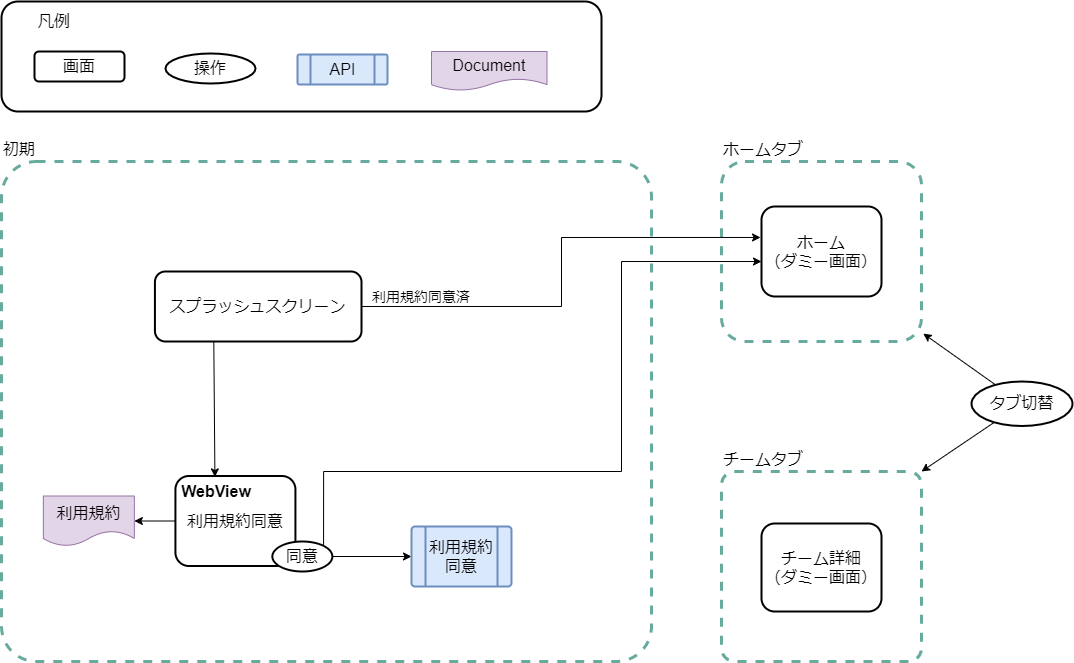
Earlier version of the draw.io export website/docs/react-native/santoku/design/screen-transitions/screen-transitions.drawio.png (ws-4020/mobile-app-crib-notes). Source tidied: cells renumbered, new cells last; positions are measured from the earlier drawing's top-left corner, leaving out a move shared by most shapes.
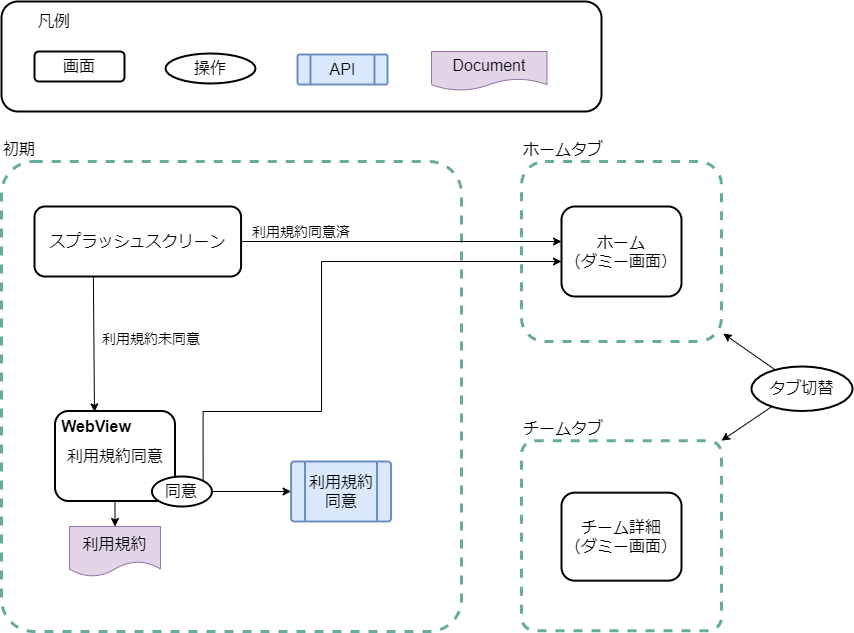
After the commit.

Commit message:
画面遷移図、遷移条件明記と文言修正

The edit, as a diff of the source:
```diff
@@ -2,26 +2,30 @@
   <root>
     <mxCell id="0" />
     <mxCell id="1" parent="0" />
-    <mxCell id="2" style="rounded=0;jettySize=auto;html=1;startArrow=none;startFill=1;fontSize=16;entryX=1;entryY=0;entryDx=0;entryDy=0;" parent="1" edge="1" source="24" target="12">
-      <mxGeometry relative="1" as="geometry" />
+    <mxCell id="2" style="rounded=0;jettySize=auto;html=1;startArrow=none;startFill=1;fontSize=16;entryX=1;entryY=0;entryDx=0;entryDy=0;" parent="1" edge="1" target="12">
+      <mxGeometry relative="1" as="geometry">
+        <mxPoint x="792.8" y="390" as="sourcePoint" />
+      </mxGeometry>
     </mxCell>
     <mxCell id="3" value="ホームタブ" style="rounded=1;whiteSpace=wrap;html=1;labelPosition=center;verticalLabelPosition=top;align=left;verticalAlign=bottom;dashed=1;strokeWidth=3;strokeColor=#67AB9F;fillColor=none;arcSize=13;fontSize=16;" parent="1" vertex="1">
-      <mxGeometry x="720" y="160" width="200" height="180" as="geometry" />
+      <mxGeometry x="520" y="160" width="200" height="180" as="geometry" />
     </mxCell>
     <mxCell id="4" style="rounded=1;whiteSpace=wrap;html=1;strokeColor=#000000;strokeWidth=2;align=right;labelPosition=left;verticalLabelPosition=top;verticalAlign=bottom;fontSize=16;" parent="1" vertex="1">
       <mxGeometry width="600" height="110" as="geometry" />
     </mxCell>
     <mxCell id="5" value="初期&lt;br style=&quot;font-size: 16px;&quot;&gt;" style="rounded=1;whiteSpace=wrap;html=1;labelPosition=center;verticalLabelPosition=top;align=left;verticalAlign=bottom;dashed=1;strokeWidth=3;strokeColor=#67AB9F;fillColor=none;arcSize=7;fontSize=16;" parent="1" vertex="1">
-      <mxGeometry y="160" width="650" height="500" as="geometry" />
+      <mxGeometry y="160" width="460" height="470" as="geometry" />
     </mxCell>
     <mxCell id="6" style="edgeStyle=none;rounded=0;jettySize=auto;html=1;exitX=0.285;exitY=0.992;exitDx=0;exitDy=0;fontSize=16;entryX=0.329;entryY=0.01;entryDx=0;entryDy=0;entryPerimeter=0;exitPerimeter=0;" parent="1" edge="1" source="8" target="11">
       <mxGeometry relative="1" as="geometry" />
     </mxCell>
-    <mxCell id="7" style="edgeStyle=orthogonalEdgeStyle;rounded=0;jettySize=auto;html=1;exitX=1;exitY=0.5;exitDx=0;exitDy=0;entryX=-0.008;entryY=0.344;entryDx=0;entryDy=0;entryPerimeter=0;" parent="1" edge="1" source="8" target="13">
-      <mxGeometry relative="1" as="geometry" />
+    <mxCell id="7" style="edgeStyle=orthogonalEdgeStyle;rounded=0;jettySize=auto;html=1;exitX=1;exitY=0.5;exitDx=0;exitDy=0;" parent="1" edge="1" source="8">
+      <mxGeometry relative="1" as="geometry">
+        <mxPoint x="560" y="240" as="targetPoint" />
+      </mxGeometry>
     </mxCell>
     <mxCell id="8" value="スプラッシュスクリーン" style="rounded=1;whiteSpace=wrap;html=1;strokeWidth=2;fontSize=16;" parent="1" vertex="1">
-      <mxGeometry x="153.4" y="270" width="206.6" height="70" as="geometry" />
+      <mxGeometry x="33" y="205" width="206.6" height="70" as="geometry" />
     </mxCell>
     <mxCell id="9" style="edgeStyle=none;rounded=0;jettySize=auto;html=1;entryX=0;entryY=0.5;entryDx=0;entryDy=0;fontSize=16;" parent="1" edge="1" source="19" target="22">
       <mxGeometry relative="1" as="geometry" />
@@ -30,16 +34,16 @@
       <mxGeometry relative="1" as="geometry" />
     </mxCell>
     <mxCell id="11" value="利用規約同意" style="rounded=1;whiteSpace=wrap;html=1;strokeWidth=2;fontSize=16;" parent="1" vertex="1">
-      <mxGeometry x="173.9" y="474.5" width="120" height="90" as="geometry" />
+      <mxGeometry x="53.5" y="409.5" width="120" height="90" as="geometry" />
     </mxCell>
     <mxCell id="12" value="チームタブ" style="rounded=1;whiteSpace=wrap;html=1;labelPosition=center;verticalLabelPosition=top;align=left;verticalAlign=bottom;dashed=1;strokeWidth=3;strokeColor=#67AB9F;fillColor=none;arcSize=7;fontSize=16;" parent="1" vertex="1">
-      <mxGeometry x="720" y="470" width="200" height="190" as="geometry" />
+      <mxGeometry x="520" y="439.2" width="200" height="190" as="geometry" />
     </mxCell>
     <mxCell id="13" value="ホーム&lt;br style=&quot;font-size: 16px;&quot;&gt;（ダミー画面）" style="rounded=1;whiteSpace=wrap;html=1;strokeWidth=2;fontSize=16;" parent="1" vertex="1">
-      <mxGeometry x="760" y="205" width="120" height="90" as="geometry" />
+      <mxGeometry x="560" y="205" width="120" height="90" as="geometry" />
     </mxCell>
     <mxCell id="14" value="チーム詳細&lt;br style=&quot;font-size: 16px;&quot;&gt;（ダミー画面）" style="rounded=1;whiteSpace=wrap;html=1;strokeWidth=2;fontSize=16;" parent="1" vertex="1">
-      <mxGeometry x="760" y="522" width="120" height="88" as="geometry" />
+      <mxGeometry x="560" y="491.2" width="120" height="88" as="geometry" />
     </mxCell>
     <mxCell id="15" value="画面" style="rounded=1;whiteSpace=wrap;html=1;strokeWidth=2;fontSize=16;" parent="1" vertex="1">
       <mxGeometry x="33" y="50" width="90" height="30" as="geometry" />
@@ -50,34 +54,32 @@
     <mxCell id="17" value="凡例" style="text;html=1;strokeColor=none;fillColor=none;align=center;verticalAlign=middle;whiteSpace=wrap;rounded=0;fontSize=16;" parent="1" vertex="1">
       <mxGeometry x="23" y="10" width="60" height="20" as="geometry" />
     </mxCell>
-    <mxCell id="18" style="edgeStyle=orthogonalEdgeStyle;rounded=0;jettySize=auto;html=1;exitX=1;exitY=0;exitDx=0;exitDy=0;fontSize=16;" parent="1" edge="1" source="19">
+    <mxCell id="18" style="edgeStyle=orthogonalEdgeStyle;rounded=0;jettySize=auto;html=1;exitX=1;exitY=0;exitDx=0;exitDy=0;fontSize=16;" parent="1" edge="1" source="19" target="13">
       <mxGeometry relative="1" as="geometry">
-        <mxPoint x="760" y="260" as="targetPoint" />
         <Array as="points">
-          <mxPoint x="322" y="470" />
-          <mxPoint x="620" y="470" />
-          <mxPoint x="620" y="260" />
-          <mxPoint x="760" y="260" />
+          <mxPoint x="202" y="410" />
+          <mxPoint x="320" y="410" />
+          <mxPoint x="320" y="260" />
         </Array>
       </mxGeometry>
     </mxCell>
     <mxCell id="19" value="同意" style="ellipse;whiteSpace=wrap;html=1;labelBackgroundColor=#ffffff;fontSize=16;strokeColor=#000000;strokeWidth=2;fillColor=#ffffff;align=center;" parent="1" vertex="1">
-      <mxGeometry x="270.9" y="540" width="60" height="30" as="geometry" />
+      <mxGeometry x="150.4" y="475" width="60" height="30" as="geometry" />
     </mxCell>
     <mxCell id="20" value="WebView" style="text;html=1;align=center;verticalAlign=middle;whiteSpace=wrap;rounded=0;labelBackgroundColor=none;fontSize=16;fontStyle=1;" parent="1" vertex="1">
-      <mxGeometry x="195.4" y="480" width="40" height="20" as="geometry" />
+      <mxGeometry x="75" y="415" width="40" height="20" as="geometry" />
     </mxCell>
     <mxCell id="21" value="操作" style="ellipse;whiteSpace=wrap;html=1;labelBackgroundColor=#ffffff;fontSize=16;strokeColor=#000000;strokeWidth=2;fillColor=#ffffff;align=center;" parent="1" vertex="1">
       <mxGeometry x="164" y="52" width="90" height="30" as="geometry" />
     </mxCell>
     <mxCell id="22" value="利用規約&lt;br style=&quot;font-size: 16px;&quot;&gt;同意" style="verticalLabelPosition=middle;verticalAlign=middle;html=1;shape=process;whiteSpace=wrap;rounded=1;size=0.14;arcSize=6;strokeWidth=2;align=center;fillColor=#dae8fc;labelPosition=center;strokeColor=#6c8ebf;fontSize=16;" parent="1" vertex="1">
-      <mxGeometry x="410" y="525" width="100" height="60" as="geometry" />
+      <mxGeometry x="289.6" y="460" width="100" height="60" as="geometry" />
     </mxCell>
     <mxCell id="23" value="利用規約" style="shape=document;whiteSpace=wrap;html=1;boundedLbl=1;fillColor=#e1d5e7;strokeColor=#9673a6;fontSize=16;" parent="1" vertex="1">
-      <mxGeometry x="41.9" y="494.5" width="91" height="50" as="geometry" />
+      <mxGeometry x="68" y="525" width="91" height="50" as="geometry" />
     </mxCell>
     <mxCell id="24" value="タブ切替" style="ellipse;whiteSpace=wrap;html=1;labelBackgroundColor=#ffffff;fontSize=16;strokeColor=#000000;strokeWidth=2;fillColor=#ffffff;align=center;" parent="1" vertex="1">
-      <mxGeometry x="970" y="380" width="101" height="44.5" as="geometry" />
+      <mxGeometry x="750" y="365" width="101" height="44.5" as="geometry" />
     </mxCell>
     <mxCell id="25" style="rounded=0;jettySize=auto;html=1;startArrow=classic;startFill=1;endArrow=none;fontSize=16;exitX=1.009;exitY=0.956;exitDx=0;exitDy=0;exitPerimeter=0;" parent="1" edge="1" source="3" target="24">
       <mxGeometry relative="1" as="geometry" />
@@ -86,7 +88,10 @@
       <mxGeometry x="430" y="50" width="115.5" height="39" as="geometry" />
     </mxCell>
     <mxCell id="27" value="利用規約同意済" style="text;html=1;strokeColor=none;fillColor=none;align=center;verticalAlign=middle;whiteSpace=wrap;rounded=0;fontSize=14;" parent="1" vertex="1">
-      <mxGeometry x="360" y="280" width="120" height="30" as="geometry" />
+      <mxGeometry x="239.6" y="215" width="120" height="30" as="geometry" />
     </mxCell>
+    <mxCell id="28" value="利用規約未同意" style="text;html=1;strokeColor=none;fillColor=none;align=center;verticalAlign=middle;whiteSpace=wrap;rounded=0;fontSize=14;" parent="1" vertex="1">
+      <mxGeometry x="90.4" y="322.2" width="120" height="30" as="geometry" />
+    </mxCell>
   </root>
 </mxGraphModel>
```
